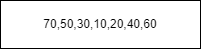
Before: 归并算法.drawio.png, a diagram exported from draw.io (wjb0823/drawio). Source tidied: cells renumbered, new cells last; positions are measured from the earlier drawing's top-left corner, leaving out a move shared by most shapes.
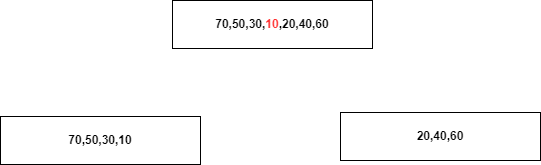
Above is the later version.

Commit message:
更新归并算法.drawio.png

The edit, as a diff of the source:
```diff
@@ -2,8 +2,14 @@
   <root>
     <mxCell id="0" />
     <mxCell id="1" parent="0" />
-    <mxCell id="2" value="70,50,30,10,20,40,60" style="rounded=0;whiteSpace=wrap;html=1;" parent="1" vertex="1">
+    <mxCell id="2" value="&lt;b&gt;70,50,30,&lt;font color=&quot;#ff3333&quot;&gt;10&lt;/font&gt;,20,40,60&lt;/b&gt;" style="rounded=0;whiteSpace=wrap;html=1;" parent="1" vertex="1">
       <mxGeometry width="200" height="48" as="geometry" />
     </mxCell>
+    <mxCell id="3" value="&lt;b&gt;20,40,60&lt;/b&gt;" style="rounded=0;whiteSpace=wrap;html=1;" parent="1" vertex="1">
+      <mxGeometry x="168" y="112" width="200" height="48" as="geometry" />
+    </mxCell>
+    <mxCell id="4" value="&lt;b&gt;70,50,30,10&lt;/b&gt;" style="rounded=0;whiteSpace=wrap;html=1;" parent="1" vertex="1">
+      <mxGeometry x="-172" y="116" width="200" height="48" as="geometry" />
+    </mxCell>
   </root>
 </mxGraphModel>
```
